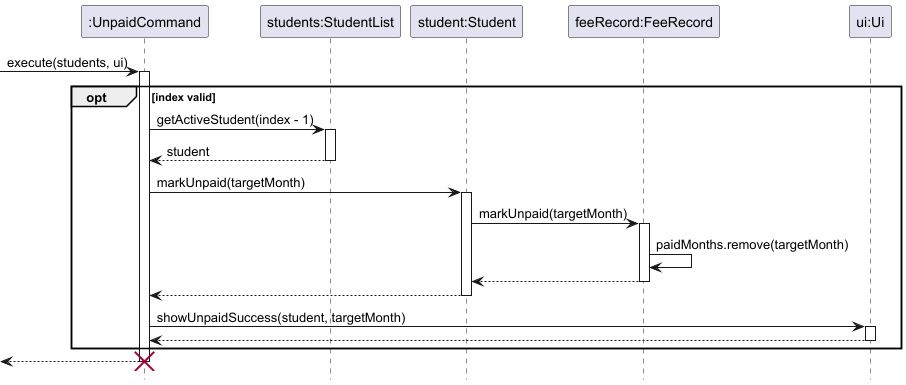
Before: docs/images/UnpaidSequenceDiagram.png, a diagram exported from PlantUML (Alex-Chen-666/tp).
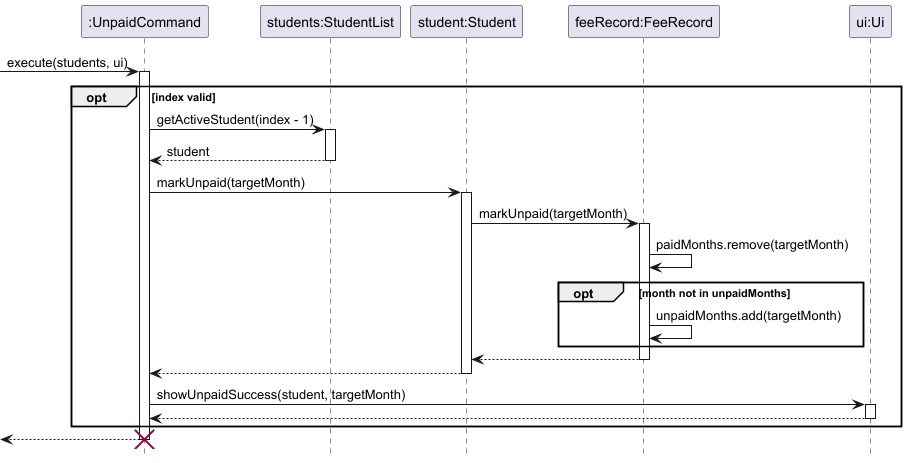
After the change.

Commit message:
Improve unpaid feature

What changed in the source:
```diff
@@ -23,6 +23,13 @@
     S -> FR : markUnpaid(targetMonth)
     activate FR
     FR -> FR : paidMonths.remove(targetMonth)
+
+    opt month not in unpaidMonths
+
+        FR -> FR : unpaidMonths.add(targetMonth)
+
+    end
+
     FR --> S
     deactivate FR
     S --> UC
```
